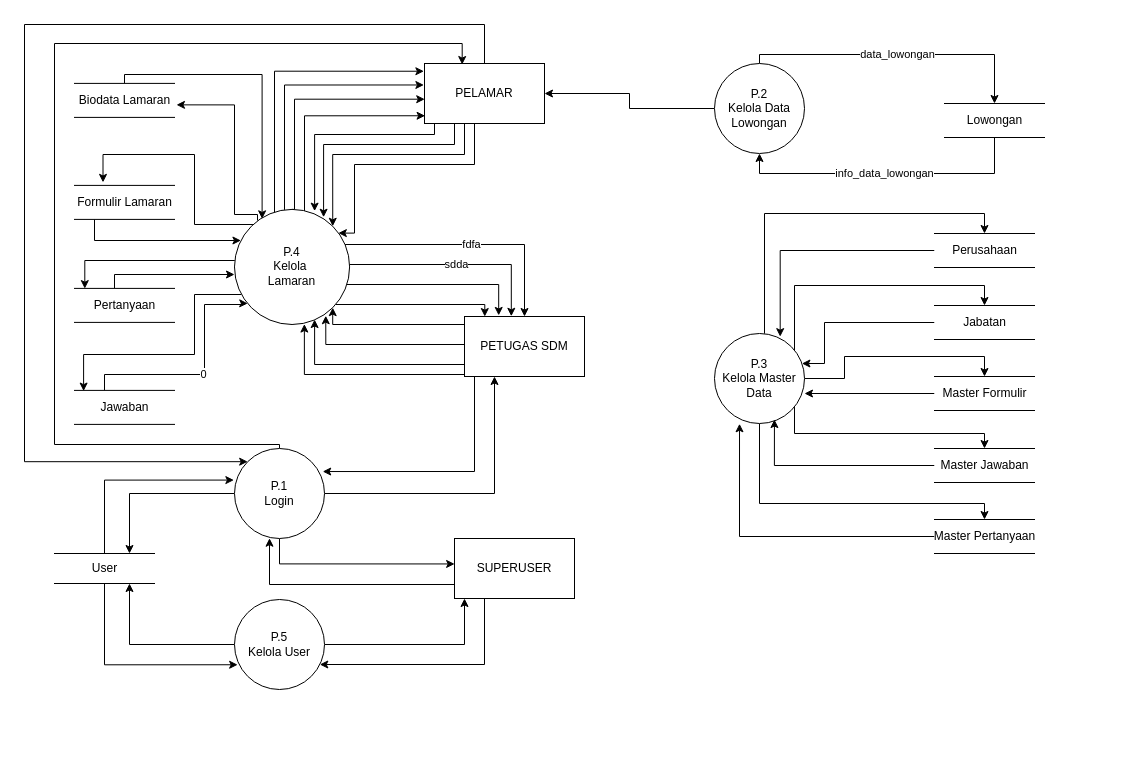
Earlier version of the draw.io diagram page "DFD 0" (2 of 7) of DFD v2.drawio (keys2505/tugas-akhir). Source tidied: cells renumbered, new cells numbered last; positions are measured from the earlier drawing's top-left corner, leaving out a move shared by most shapes. Both pictures are drawn from the tidied source at 100%, with x=0, y=0 at pixel (24, 24).
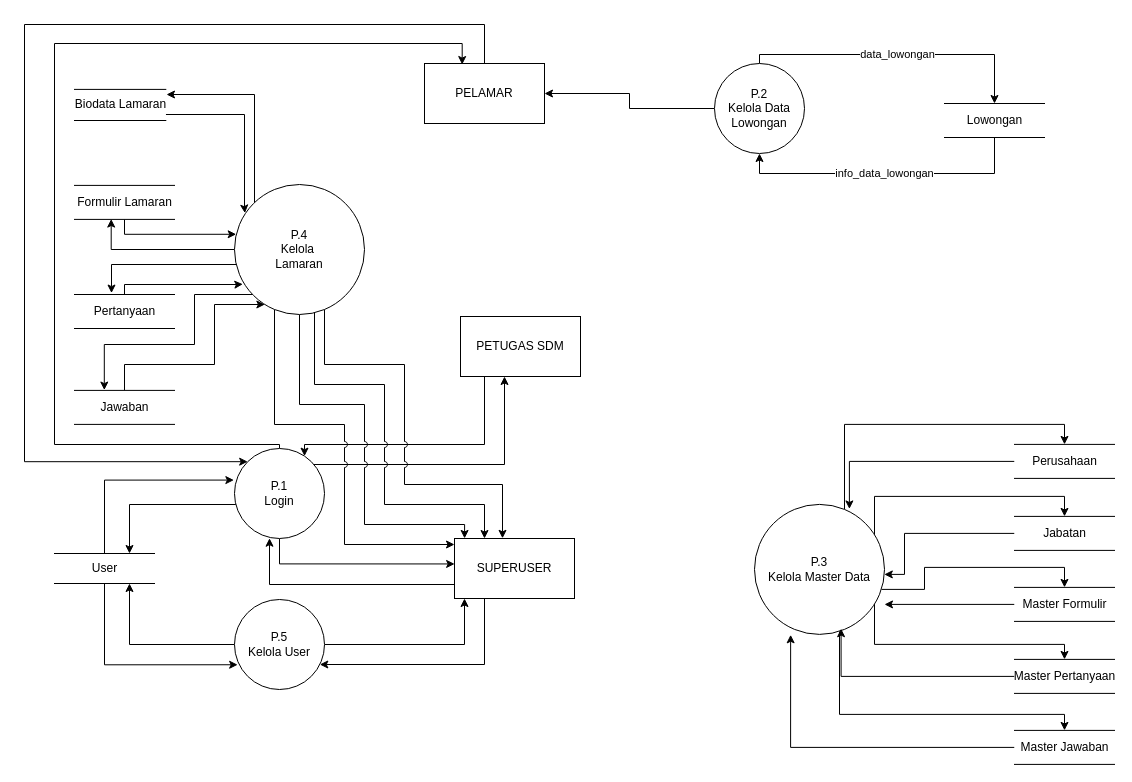
The same diagram, later.

Unchanged cells that the change refers to:
```xml
<mxCell id="6" value="&lt;div&gt;P.1&lt;/div&gt;&lt;div&gt;Login&lt;br&gt;&lt;/div&gt;" style="ellipse;whiteSpace=wrap;html=1;" parent="1" vertex="1">
  <mxGeometry x="210" y="424" width="90" height="90" as="geometry" />
</mxCell>
<mxCell id="18" value="PELAMAR" style="rounded=0;whiteSpace=wrap;html=1;" parent="1" vertex="1">
  <mxGeometry x="400" y="39" width="120" height="60" as="geometry" />
</mxCell>
<mxCell id="21" value="SUPERUSER" style="rounded=0;whiteSpace=wrap;html=1;" parent="1" vertex="1">
  <mxGeometry x="430" y="514" width="120" height="60" as="geometry" />
</mxCell>
<mxCell id="24" value="User" style="html=1;dashed=0;whitespace=wrap;shape=partialRectangle;right=0;left=0;" parent="1" vertex="1">
  <mxGeometry x="30" y="529" width="100" height="30" as="geometry" />
</mxCell>
<mxCell id="53" value="Formulir Lamaran" style="html=1;dashed=0;whitespace=wrap;shape=partialRectangle;right=0;left=0;" parent="1" vertex="1">
  <mxGeometry x="50" y="160.9" width="100" height="34" as="geometry" />
</mxCell>
<mxCell id="65" value="Jawaban" style="html=1;dashed=0;whitespace=wrap;shape=partialRectangle;right=0;left=0;" parent="1" vertex="1">
  <mxGeometry x="50" y="365.9" width="100" height="34" as="geometry" />
</mxCell>
```

Diff of the diagram source:
```diff
@@
     <mxCell id="2" style="edgeStyle=orthogonalEdgeStyle;rounded=0;jettySize=auto;html=1;entryX=0.75;entryY=0;entryDx=0;entryDy=0;" parent="1" edge="1" source="6" target="24">
-      <mxGeometry relative="1" as="geometry" />
+      <mxGeometry relative="1" as="geometry">
+        <Array as="points">
+          <mxPoint x="105" y="480" />
+        </Array>
+      </mxGeometry>
     </mxCell>
@@
     <mxCell id="4" style="edgeStyle=orthogonalEdgeStyle;rounded=0;jettySize=auto;html=1;" parent="1" edge="1" source="6" target="12">
       <mxGeometry relative="1" as="geometry">
         <Array as="points">
-          <mxPoint x="470" y="469" />
+          <mxPoint x="480" y="440" />
         </Array>
       </mxGeometry>
     </mxCell>
@@
-    <mxCell id="7" style="edgeStyle=orthogonalEdgeStyle;rounded=0;jettySize=auto;html=1;entryX=0.98;entryY=0.256;entryDx=0;entryDy=0;entryPerimeter=0;" parent="1" edge="1" source="12" target="6">
+    <mxCell id="7" style="edgeStyle=orthogonalEdgeStyle;rounded=0;jettySize=auto;html=1;entryX=0.778;entryY=0.085;entryDx=0;entryDy=0;entryPerimeter=0;" parent="1" edge="1" source="12" target="6">
       <mxGeometry relative="1" as="geometry">
         <Array as="points">
-          <mxPoint x="450" y="447" />
+          <mxPoint x="460" y="420" />
+          <mxPoint x="280" y="420" />
         </Array>
       </mxGeometry>
     </mxCell>
-    <mxCell id="8" style="edgeStyle=orthogonalEdgeStyle;rounded=0;jettySize=auto;html=1;entryX=1;entryY=1;entryDx=0;entryDy=0;" parent="1" edge="1" source="12" target="48">
-      <mxGeometry relative="1" as="geometry">
-        <Array as="points">
-          <mxPoint x="308" y="300" />
-        </Array>
-      </mxGeometry>
-    </mxCell>
-    <mxCell id="9" style="edgeStyle=orthogonalEdgeStyle;rounded=0;jettySize=auto;html=1;entryX=0.793;entryY=0.924;entryDx=0;entryDy=0;entryPerimeter=0;" parent="1" edge="1" source="12" target="48">
-      <mxGeometry relative="1" as="geometry">
-        <Array as="points">
-          <mxPoint x="301" y="320" />
-        </Array>
-      </mxGeometry>
-    </mxCell>
-    <mxCell id="10" style="edgeStyle=orthogonalEdgeStyle;rounded=0;jettySize=auto;html=1;entryX=0.696;entryY=0.957;entryDx=0;entryDy=0;entryPerimeter=0;" parent="1" edge="1" source="12" target="48">
-      <mxGeometry relative="1" as="geometry">
-        <Array as="points">
-          <mxPoint x="290" y="340" />
-        </Array>
-      </mxGeometry>
-    </mxCell>
-    <mxCell id="11" style="edgeStyle=orthogonalEdgeStyle;rounded=0;jettySize=auto;html=1;entryX=0.607;entryY=0.996;entryDx=0;entryDy=0;entryPerimeter=0;" parent="1" edge="1" source="12" target="48">
-      <mxGeometry relative="1" as="geometry">
-        <Array as="points">
-          <mxPoint x="280" y="350" />
-        </Array>
-      </mxGeometry>
-    </mxCell>
     <mxCell id="12" value="PETUGAS SDM" style="rounded=0;whiteSpace=wrap;html=1;" parent="1" vertex="1">
-      <mxGeometry x="440" y="292" width="120" height="60" as="geometry" />
+      <mxGeometry x="436" y="292" width="120" height="60" as="geometry" />
     </mxCell>
@@
-    <mxCell id="14" style="edgeStyle=orthogonalEdgeStyle;rounded=0;jettySize=auto;html=1;entryX=0.696;entryY=0.015;entryDx=0;entryDy=0;entryPerimeter=0;" parent="1" edge="1" source="18" target="48">
-      <mxGeometry relative="1" as="geometry">
-        <Array as="points">
-          <mxPoint x="410" y="110" />
-          <mxPoint x="290" y="110" />
-        </Array>
-      </mxGeometry>
-    </mxCell>
-    <mxCell id="15" style="edgeStyle=orthogonalEdgeStyle;rounded=0;jettySize=auto;html=1;entryX=0.774;entryY=0.068;entryDx=0;entryDy=0;entryPerimeter=0;" parent="1" edge="1" source="18" target="48">
-      <mxGeometry relative="1" as="geometry">
-        <Array as="points">
-          <mxPoint x="430" y="120" />
-          <mxPoint x="299" y="120" />
-        </Array>
-      </mxGeometry>
-    </mxCell>
-    <mxCell id="16" style="edgeStyle=orthogonalEdgeStyle;rounded=0;jettySize=auto;html=1;entryX=1;entryY=0;entryDx=0;entryDy=0;" parent="1" edge="1" source="18" target="48">
-      <mxGeometry relative="1" as="geometry">
-        <Array as="points">
-          <mxPoint x="440" y="130" />
-          <mxPoint x="308" y="130" />
-        </Array>
-      </mxGeometry>
-    </mxCell>
-    <mxCell id="17" style="edgeStyle=orthogonalEdgeStyle;rounded=0;jettySize=auto;html=1;entryX=0.902;entryY=0.206;entryDx=0;entryDy=0;entryPerimeter=0;" parent="1" edge="1" source="18" target="48">
-      <mxGeometry relative="1" as="geometry">
-        <Array as="points">
-          <mxPoint x="450" y="140" />
-          <mxPoint x="330" y="140" />
-          <mxPoint x="330" y="209" />
-        </Array>
-      </mxGeometry>
-    </mxCell>
@@
     <mxCell id="30" style="edgeStyle=orthogonalEdgeStyle;rounded=0;jettySize=auto;html=1;entryX=0.5;entryY=0;entryDx=0;entryDy=0;" parent="1" edge="1" source="35" target="61">
       <mxGeometry relative="1" as="geometry">
         <Array as="points">
-          <mxPoint x="740" y="189" />
-          <mxPoint x="960" y="189" />
+          <mxPoint x="820" y="399.9" />
+          <mxPoint x="1040" y="399.9" />
         </Array>
       </mxGeometry>
     </mxCell>
     <mxCell id="31" style="edgeStyle=orthogonalEdgeStyle;rounded=0;jettySize=auto;html=1;entryX=0.5;entryY=0;entryDx=0;entryDy=0;" parent="1" edge="1" source="35" target="59">
       <mxGeometry relative="1" as="geometry">
         <Array as="points">
-          <mxPoint x="770" y="261" />
-          <mxPoint x="960" y="261" />
+          <mxPoint x="850" y="471.9" />
+          <mxPoint x="1040" y="471.9" />
         </Array>
       </mxGeometry>
     </mxCell>
     <mxCell id="32" style="edgeStyle=orthogonalEdgeStyle;rounded=0;jettySize=auto;html=1;entryX=0.5;entryY=0;entryDx=0;entryDy=0;" parent="1" edge="1" source="35" target="57">
       <mxGeometry relative="1" as="geometry">
         <Array as="points">
-          <mxPoint x="820" y="354" />
-          <mxPoint x="820" y="332" />
-          <mxPoint x="960" y="332" />
+          <mxPoint x="900" y="564.9" />
+          <mxPoint x="900" y="542.9" />
+          <mxPoint x="1040" y="542.9" />
         </Array>
       </mxGeometry>
     </mxCell>
     <mxCell id="33" style="edgeStyle=orthogonalEdgeStyle;rounded=0;jettySize=auto;html=1;entryX=0.5;entryY=0;entryDx=0;entryDy=0;" parent="1" edge="1" source="35" target="67">
       <mxGeometry relative="1" as="geometry">
         <Array as="points">
-          <mxPoint x="770" y="409" />
-          <mxPoint x="960" y="409" />
+          <mxPoint x="850" y="619.9" />
+          <mxPoint x="1040" y="619.9" />
         </Array>
       </mxGeometry>
     </mxCell>
     <mxCell id="34" style="edgeStyle=orthogonalEdgeStyle;rounded=0;jettySize=auto;html=1;entryX=0.5;entryY=0;entryDx=0;entryDy=0;" parent="1" edge="1" source="35" target="69">
       <mxGeometry relative="1" as="geometry">
         <Array as="points">
-          <mxPoint x="735" y="479" />
-          <mxPoint x="960" y="479" />
+          <mxPoint x="815" y="689.9" />
+          <mxPoint x="1040" y="689.9" />
         </Array>
       </mxGeometry>
     </mxCell>
     <mxCell id="35" value="&lt;div&gt;P.3&lt;/div&gt;&lt;div&gt;Kelola Master Data&lt;br&gt;&lt;/div&gt;" style="ellipse;whiteSpace=wrap;html=1;" parent="1" vertex="1">
-      <mxGeometry x="690" y="309" width="90" height="90" as="geometry" />
+      <mxGeometry x="730" y="479.9" width="130" height="130" as="geometry" />
     </mxCell>
-    <mxCell id="36" style="edgeStyle=orthogonalEdgeStyle;rounded=0;jettySize=auto;html=1;" parent="1" edge="1" source="48">
-      <mxGeometry relative="1" as="geometry">
-        <mxPoint x="78.5" y="157.9" as="targetPoint" />
-        <Array as="points">
-          <mxPoint x="170" y="200" />
-          <mxPoint x="170" y="130" />
-          <mxPoint x="79" y="130" />
-        </Array>
-      </mxGeometry>
-    </mxCell>
+    <mxCell id="70" style="edgeStyle=orthogonalEdgeStyle;rounded=0;jettySize=auto;html=1;" parent="1" edge="1" source="48">
+      <mxGeometry relative="1" as="geometry">
+        <mxPoint x="142" y="70" as="targetPoint" />
+        <Array as="points">
+          <mxPoint x="230" y="70" />
+          <mxPoint x="142" y="70" />
+        </Array>
+      </mxGeometry>
+    </mxCell>
+    <mxCell id="71" style="edgeStyle=orthogonalEdgeStyle;rounded=0;jettySize=auto;html=1;entryX=0.367;entryY=0.99;entryDx=0;entryDy=0;entryPerimeter=0;" parent="1" edge="1" source="48" target="53">
+      <mxGeometry relative="1" as="geometry" />
+    </mxCell>
-    <mxCell id="37" style="edgeStyle=orthogonalEdgeStyle;rounded=0;jettySize=auto;html=1;entryX=0.103;entryY=0.006;entryDx=0;entryDy=0;entryPerimeter=0;" parent="1" edge="1" source="48" target="63">
+    <mxCell id="37" style="edgeStyle=orthogonalEdgeStyle;rounded=0;jettySize=auto;html=1;entryX=0.37;entryY=-0.042;entryDx=0;entryDy=0;entryPerimeter=0;" parent="1" edge="1" source="48" target="63">
       <mxGeometry relative="1" as="geometry">
         <Array as="points">
-          <mxPoint x="60" y="236" />
-          <mxPoint x="60" y="264" />
-          <mxPoint x="60" y="264" />
+          <mxPoint x="87" y="240" />
         </Array>
       </mxGeometry>
     </mxCell>
-    <mxCell id="38" style="edgeStyle=orthogonalEdgeStyle;rounded=0;jettySize=auto;html=1;entryX=0.091;entryY=0.02;entryDx=0;entryDy=0;entryPerimeter=0;" parent="1" edge="1" source="48" target="65">
+    <mxCell id="38" style="edgeStyle=orthogonalEdgeStyle;rounded=0;jettySize=auto;html=1;entryX=0.298;entryY=-0.01;entryDx=0;entryDy=0;entryPerimeter=0;" parent="1" edge="1" source="48" target="65">
       <mxGeometry relative="1" as="geometry">
         <Array as="points">
           <mxPoint x="170" y="270" />
-          <mxPoint x="170" y="330" />
-          <mxPoint x="60" y="330" />
-          <mxPoint x="60" y="367" />
+          <mxPoint x="170" y="320" />
+          <mxPoint x="80" y="320" />
         </Array>
       </mxGeometry>
     </mxCell>
-    <mxCell id="39" style="edgeStyle=orthogonalEdgeStyle;rounded=0;jettySize=auto;html=1;entryX=-0.005;entryY=0.129;entryDx=0;entryDy=0;entryPerimeter=0;" parent="1" edge="1" source="48" target="18">
-      <mxGeometry relative="1" as="geometry">
-        <Array as="points">
-          <mxPoint x="250" y="47" />
-        </Array>
-      </mxGeometry>
-    </mxCell>
-    <mxCell id="40" style="edgeStyle=orthogonalEdgeStyle;rounded=0;jettySize=auto;html=1;entryX=-0.005;entryY=0.358;entryDx=0;entryDy=0;entryPerimeter=0;" parent="1" edge="1" source="48" target="18">
-      <mxGeometry relative="1" as="geometry">
-        <Array as="points">
-          <mxPoint x="260" y="60" />
-        </Array>
-      </mxGeometry>
-    </mxCell>
-    <mxCell id="41" style="edgeStyle=orthogonalEdgeStyle;rounded=0;jettySize=auto;html=1;entryX=0.002;entryY=0.595;entryDx=0;entryDy=0;entryPerimeter=0;exitX=0.5;exitY=0;exitDx=0;exitDy=0;" parent="1" edge="1" source="48" target="18">
-      <mxGeometry relative="1" as="geometry">
-        <Array as="points">
-          <mxPoint x="270" y="185" />
-          <mxPoint x="270" y="75" />
-        </Array>
-      </mxGeometry>
-    </mxCell>
-    <mxCell id="42" style="edgeStyle=orthogonalEdgeStyle;rounded=0;jettySize=auto;html=1;exitX=0.2;exitY=0.097;exitDx=0;exitDy=0;exitPerimeter=0;entryX=1.02;entryY=0.631;entryDx=0;entryDy=0;entryPerimeter=0;" parent="1" edge="1" source="48" target="55">
-      <mxGeometry relative="1" as="geometry">
-        <Array as="points">
-          <mxPoint x="233" y="190" />
-          <mxPoint x="210" y="190" />
-          <mxPoint x="210" y="80" />
-        </Array>
-      </mxGeometry>
-    </mxCell>
-    <mxCell id="43" style="edgeStyle=orthogonalEdgeStyle;rounded=0;jettySize=auto;html=1;entryX=0.005;entryY=0.871;entryDx=0;entryDy=0;entryPerimeter=0;exitX=0.566;exitY=0.025;exitDx=0;exitDy=0;exitPerimeter=0;" parent="1" edge="1" source="48" target="18">
-      <mxGeometry relative="1" as="geometry">
-        <Array as="points">
-          <mxPoint x="280" y="188" />
-          <mxPoint x="280" y="91" />
-        </Array>
-      </mxGeometry>
-    </mxCell>
-    <mxCell id="44" value="fdfa" style="edgeStyle=orthogonalEdgeStyle;rounded=0;jettySize=auto;html=1;entryX=0.5;entryY=0;entryDx=0;entryDy=0;" parent="1" edge="1" source="48" target="12">
-      <mxGeometry relative="1" as="geometry">
-        <Array as="points">
-          <mxPoint x="500" y="220" />
-        </Array>
-      </mxGeometry>
-    </mxCell>
-    <mxCell id="45" value="sdda" style="edgeStyle=orthogonalEdgeStyle;rounded=0;jettySize=auto;html=1;entryX=0.39;entryY=-0.004;entryDx=0;entryDy=0;entryPerimeter=0;" parent="1" edge="1" source="48" target="12">
-      <mxGeometry relative="1" as="geometry">
-        <Array as="points">
-          <mxPoint x="487" y="240" />
-          <mxPoint x="487" y="292" />
-        </Array>
-      </mxGeometry>
-    </mxCell>
-    <mxCell id="46" style="edgeStyle=orthogonalEdgeStyle;rounded=0;jettySize=auto;html=1;entryX=0.285;entryY=-0.018;entryDx=0;entryDy=0;entryPerimeter=0;" parent="1" edge="1" source="48" target="12">
-      <mxGeometry relative="1" as="geometry">
-        <Array as="points">
-          <mxPoint x="474" y="260" />
-          <mxPoint x="474" y="291" />
-        </Array>
-      </mxGeometry>
-    </mxCell>
-    <mxCell id="47" style="edgeStyle=orthogonalEdgeStyle;rounded=0;jettySize=auto;html=1;entryX=0.169;entryY=0.001;entryDx=0;entryDy=0;entryPerimeter=0;" parent="1" edge="1" source="48" target="12">
-      <mxGeometry relative="1" as="geometry">
-        <Array as="points">
-          <mxPoint x="460" y="280" />
-          <mxPoint x="460" y="292" />
-        </Array>
-      </mxGeometry>
-    </mxCell>
+    <mxCell id="72" style="edgeStyle=orthogonalEdgeStyle;rounded=0;jettySize=auto;html=1;jumpStyle=arc;" parent="1" edge="1" source="48">
+      <mxGeometry relative="1" as="geometry">
+        <mxPoint x="430" y="520" as="targetPoint" />
+        <Array as="points">
+          <mxPoint x="250" y="400" />
+          <mxPoint x="320" y="400" />
+          <mxPoint x="320" y="520" />
+          <mxPoint x="430" y="520" />
+        </Array>
+      </mxGeometry>
+    </mxCell>
+    <mxCell id="73" style="edgeStyle=orthogonalEdgeStyle;rounded=0;jettySize=auto;html=1;entryX=0.084;entryY=-0.001;entryDx=0;entryDy=0;entryPerimeter=0;jumpStyle=arc;" parent="1" edge="1" source="48" target="21">
+      <mxGeometry relative="1" as="geometry">
+        <Array as="points">
+          <mxPoint x="275" y="380" />
+          <mxPoint x="340" y="380" />
+          <mxPoint x="340" y="500" />
+          <mxPoint x="440" y="500" />
+        </Array>
+      </mxGeometry>
+    </mxCell>
+    <mxCell id="74" style="edgeStyle=orthogonalEdgeStyle;rounded=0;jettySize=auto;html=1;entryX=0.25;entryY=0;entryDx=0;entryDy=0;jumpStyle=arc;" parent="1" edge="1" source="48" target="21">
+      <mxGeometry relative="1" as="geometry">
+        <Array as="points">
+          <mxPoint x="290" y="360" />
+          <mxPoint x="360" y="360" />
+          <mxPoint x="360" y="480" />
+          <mxPoint x="460" y="480" />
+        </Array>
+      </mxGeometry>
+    </mxCell>
+    <mxCell id="75" style="edgeStyle=orthogonalEdgeStyle;rounded=0;jettySize=auto;html=1;jumpStyle=arc;entryX=0.4;entryY=-0.003;entryDx=0;entryDy=0;entryPerimeter=0;" parent="1" edge="1" source="48" target="21">
+      <mxGeometry relative="1" as="geometry">
+        <Array as="points">
+          <mxPoint x="300" y="340" />
+          <mxPoint x="380" y="340" />
+          <mxPoint x="380" y="460" />
+          <mxPoint x="478" y="460" />
+        </Array>
+      </mxGeometry>
+    </mxCell>
     <mxCell id="48" value="&lt;div&gt;P.4&lt;/div&gt;&lt;div&gt;Kelola&amp;nbsp;&lt;/div&gt;&lt;div&gt;&lt;span style=&quot;background-color: initial;&quot;&gt;Lamaran&lt;/span&gt;&lt;br&gt;&lt;/div&gt;" style="ellipse;whiteSpace=wrap;html=1;" parent="1" vertex="1">
-      <mxGeometry x="210" y="184.9" width="115.1" height="115.1" as="geometry" />
+      <mxGeometry x="210" y="160" width="130" height="130" as="geometry" />
     </mxCell>
@@
-    <mxCell id="52" style="edgeStyle=orthogonalEdgeStyle;rounded=0;jettySize=auto;html=1;" parent="1" edge="1" source="53" target="48">
+    <mxCell id="52" style="edgeStyle=orthogonalEdgeStyle;rounded=0;jettySize=auto;html=1;entryX=0.013;entryY=0.383;entryDx=0;entryDy=0;entryPerimeter=0;" parent="1" edge="1" source="53" target="48">
       <mxGeometry relative="1" as="geometry">
         <Array as="points">
-          <mxPoint x="70" y="216" />
+          <mxPoint x="100" y="210" />
         </Array>
       </mxGeometry>
     </mxCell>
@@
-    <mxCell id="54" style="edgeStyle=orthogonalEdgeStyle;rounded=0;jettySize=auto;html=1;entryX=0.24;entryY=0.082;entryDx=0;entryDy=0;entryPerimeter=0;" parent="1" edge="1" source="55" target="48">
+    <mxCell id="54" style="edgeStyle=orthogonalEdgeStyle;rounded=0;jettySize=auto;html=1;entryX=0.08;entryY=0.22;entryDx=0;entryDy=0;entryPerimeter=0;" parent="1" edge="1" source="55" target="48">
       <mxGeometry relative="1" as="geometry">
         <Array as="points">
-          <mxPoint x="100" y="50" />
-          <mxPoint x="238" y="50" />
+          <mxPoint x="220" y="90" />
+          <mxPoint x="220" y="184" />
+          <mxPoint x="220" y="184" />
         </Array>
       </mxGeometry>
     </mxCell>
     <mxCell id="55" value="Biodata Lamaran" style="html=1;dashed=0;whitespace=wrap;shape=partialRectangle;right=0;left=0;" parent="1" vertex="1">
-      <mxGeometry x="50" y="58.9" width="100" height="34" as="geometry" />
+      <mxGeometry x="50" y="64.9" width="91.3" height="31.1" as="geometry" />
     </mxCell>
     <mxCell id="56" style="edgeStyle=orthogonalEdgeStyle;rounded=0;jettySize=auto;html=1;" parent="1" edge="1" source="57">
       <mxGeometry relative="1" as="geometry">
-        <mxPoint x="780" y="369" as="targetPoint" />
+        <mxPoint x="860" y="579.9" as="targetPoint" />
       </mxGeometry>
     </mxCell>
     <mxCell id="57" value="Master Formulir" style="html=1;dashed=0;whitespace=wrap;shape=partialRectangle;right=0;left=0;" parent="1" vertex="1">
-      <mxGeometry x="910" y="352" width="100" height="34" as="geometry" />
+      <mxGeometry x="990" y="562.9" width="100" height="34" as="geometry" />
     </mxCell>
     <mxCell id="58" style="edgeStyle=orthogonalEdgeStyle;rounded=0;jettySize=auto;html=1;" parent="1" edge="1" source="59" target="35">
       <mxGeometry relative="1" as="geometry">
         <Array as="points">
-          <mxPoint x="800" y="298" />
-          <mxPoint x="800" y="339" />
+          <mxPoint x="880" y="508.9" />
+          <mxPoint x="880" y="549.9" />
         </Array>
       </mxGeometry>
     </mxCell>
     <mxCell id="59" value="Jabatan" style="html=1;dashed=0;whitespace=wrap;shape=partialRectangle;right=0;left=0;" parent="1" vertex="1">
-      <mxGeometry x="910" y="281" width="100" height="34" as="geometry" />
+      <mxGeometry x="990" y="491.9" width="100" height="34" as="geometry" />
     </mxCell>
@@
     <mxCell id="61" value="Perusahaan" style="html=1;dashed=0;whitespace=wrap;shape=partialRectangle;right=0;left=0;" parent="1" vertex="1">
-      <mxGeometry x="910" y="209" width="100" height="34" as="geometry" />
+      <mxGeometry x="990" y="419.9" width="100" height="34" as="geometry" />
     </mxCell>
-    <mxCell id="62" style="edgeStyle=orthogonalEdgeStyle;rounded=0;jettySize=auto;html=1;" parent="1" edge="1" source="63">
-      <mxGeometry relative="1" as="geometry">
-        <mxPoint x="210" y="250" as="targetPoint" />
-        <Array as="points">
-          <mxPoint x="90" y="250" />
-        </Array>
-      </mxGeometry>
-    </mxCell>
+    <mxCell id="76" style="edgeStyle=orthogonalEdgeStyle;rounded=0;jettySize=auto;html=1;entryX=0.064;entryY=0.767;entryDx=0;entryDy=0;entryPerimeter=0;" parent="1" edge="1" source="63" target="48">
+      <mxGeometry relative="1" as="geometry">
+        <Array as="points">
+          <mxPoint x="100" y="260" />
+          <mxPoint x="213" y="260" />
+        </Array>
+      </mxGeometry>
+    </mxCell>
     <mxCell id="63" value="Pertanyaan" style="html=1;dashed=0;whitespace=wrap;shape=partialRectangle;right=0;left=0;" parent="1" vertex="1">
-      <mxGeometry x="50" y="263.9" width="100" height="34" as="geometry" />
+      <mxGeometry x="50" y="270" width="100" height="34" as="geometry" />
     </mxCell>
-    <mxCell id="64" value="0" style="edgeStyle=orthogonalEdgeStyle;rounded=0;jettySize=auto;html=1;entryX=0.115;entryY=0.817;entryDx=0;entryDy=0;entryPerimeter=0;" parent="1" edge="1" source="65" target="48">
+    <mxCell id="64" style="edgeStyle=orthogonalEdgeStyle;rounded=0;jettySize=auto;html=1;" parent="1" edge="1" source="65" target="48">
       <mxGeometry relative="1" as="geometry">
         <Array as="points">
-          <mxPoint x="80" y="350" />
-          <mxPoint x="180" y="350" />
-          <mxPoint x="180" y="280" />
-          <mxPoint x="220" y="280" />
-          <mxPoint x="220" y="279" />
+          <mxPoint x="100" y="340" />
+          <mxPoint x="190" y="340" />
+          <mxPoint x="190" y="280" />
         </Array>
       </mxGeometry>
     </mxCell>
@@
-    <mxCell id="67" value="Master Jawaban" style="html=1;dashed=0;whitespace=wrap;shape=partialRectangle;right=0;left=0;" parent="1" vertex="1">
-      <mxGeometry x="910" y="424" width="100" height="34" as="geometry" />
+    <mxCell id="67" value="Master Pertanyaan" style="html=1;dashed=0;whitespace=wrap;shape=partialRectangle;right=0;left=0;" parent="1" vertex="1">
+      <mxGeometry x="990" y="634.9" width="100" height="34" as="geometry" />
     </mxCell>
@@
-    <mxCell id="69" value="Master Pertanyaan" style="html=1;dashed=0;whitespace=wrap;shape=partialRectangle;right=0;left=0;" parent="1" vertex="1">
-      <mxGeometry x="910" y="495" width="100" height="34" as="geometry" />
+    <mxCell id="69" value="Master Jawaban" style="html=1;dashed=0;whitespace=wrap;shape=partialRectangle;right=0;left=0;" parent="1" vertex="1">
+      <mxGeometry x="990" y="705.9" width="100" height="34" as="geometry" />
     </mxCell>
```
